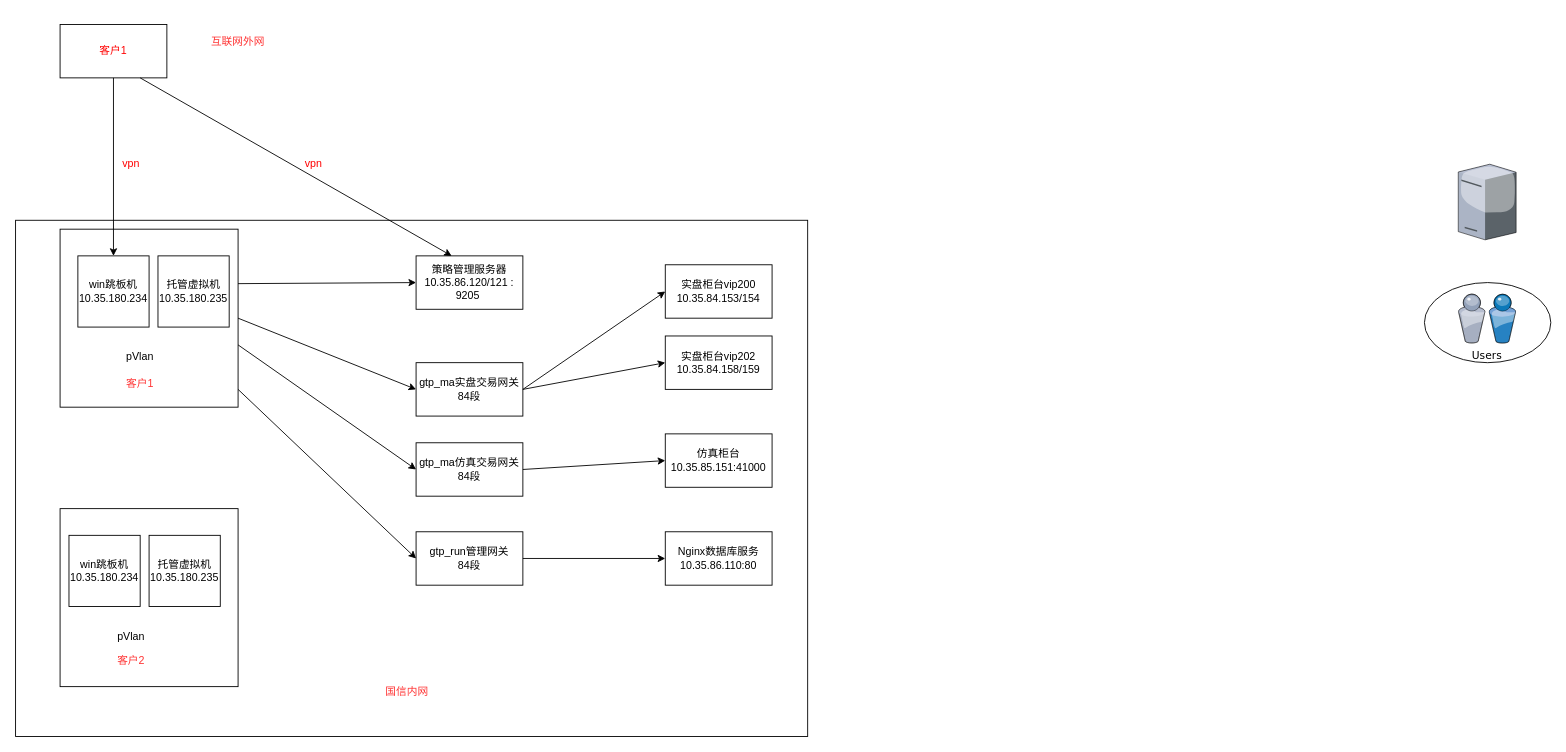
The draw.io diagram Untitled Diagram.drawio in jkred369/code_lib, before the edit. Source tidied: cells renumbered, new cells numbered last; positions are measured from the earlier drawing's top-left corner, leaving out a move shared by most shapes. Both pictures are drawn from the tidied source at 89%, with x=0, y=0 at pixel (15, 15).
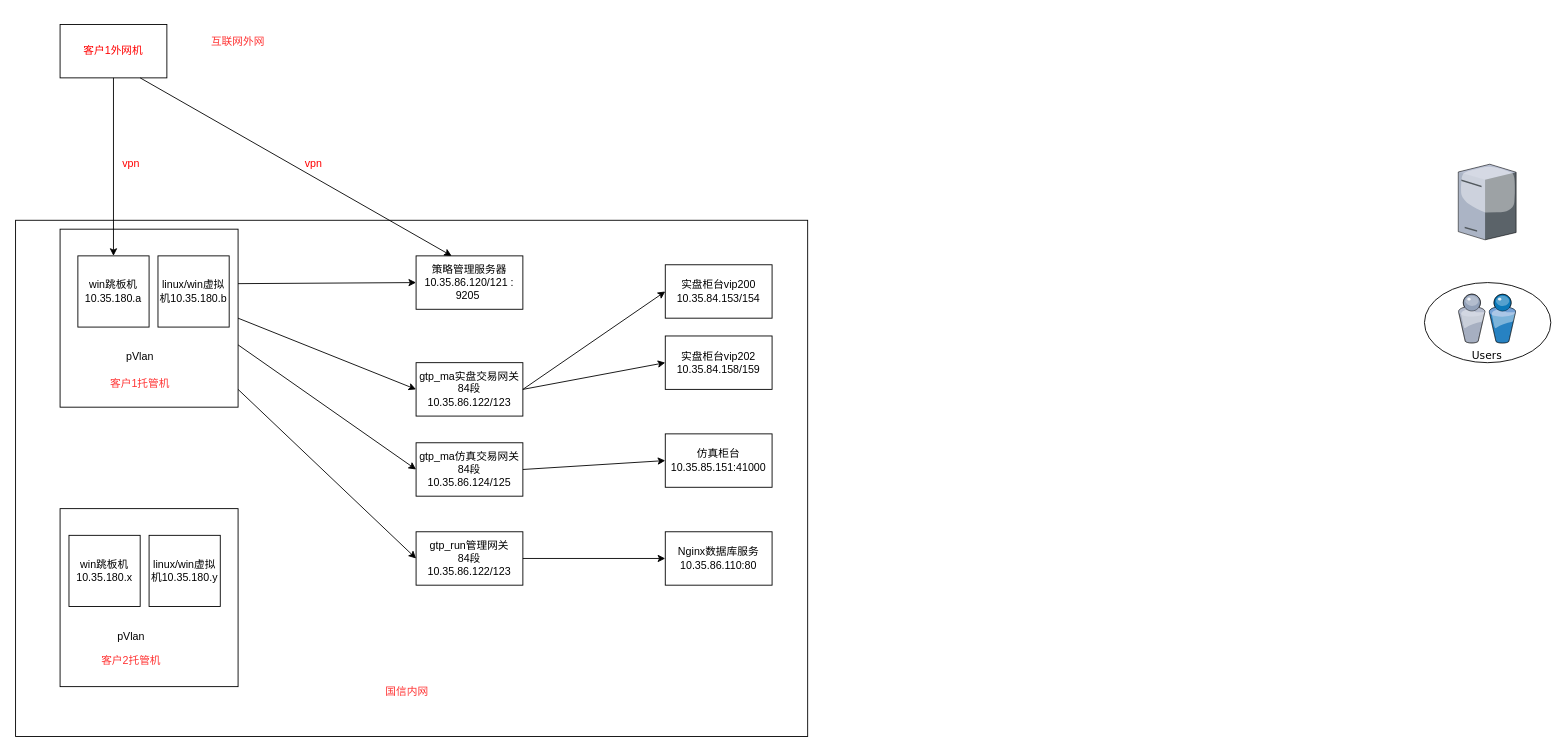
The same page after the edit.

Change to the diagram source:
```diff
@@
-    <mxCell id="7" value="win跳板机10.35.180.234" style="whiteSpace=wrap;html=1;" parent="1" vertex="1">
+    <mxCell id="7" value="win跳板机10.35.180.a" style="whiteSpace=wrap;html=1;" parent="1" vertex="1">
       <mxGeometry x="70" y="270" width="80" height="80" as="geometry" />
     </mxCell>
-    <mxCell id="8" value="托管虚拟机10.35.180.235" style="whiteSpace=wrap;html=1;" parent="1" vertex="1">
+    <mxCell id="8" value="linux/win虚拟机10.35.180.b" style="whiteSpace=wrap;html=1;" parent="1" vertex="1">
       <mxGeometry x="160" y="270" width="80" height="80" as="geometry" />
     </mxCell>
@@
-    <mxCell id="11" value="win跳板机10.35.180.234" style="whiteSpace=wrap;html=1;" parent="1" vertex="1">
+    <mxCell id="11" value="win跳板机10.35.180.x" style="whiteSpace=wrap;html=1;" parent="1" vertex="1">
       <mxGeometry x="60" y="584" width="80" height="80" as="geometry" />
     </mxCell>
-    <mxCell id="12" value="托管虚拟机10.35.180.235" style="whiteSpace=wrap;html=1;" parent="1" vertex="1">
+    <mxCell id="12" value="linux/win虚拟机10.35.180.y" style="whiteSpace=wrap;html=1;" parent="1" vertex="1">
       <mxGeometry x="150" y="584" width="80" height="80" as="geometry" />
     </mxCell>
@@
-    <mxCell id="14" value="gtp_ma实盘交易网关&lt;br&gt;84段" style="rounded=0;whiteSpace=wrap;html=1;" parent="1" vertex="1">
+    <mxCell id="14" value="gtp_ma实盘交易网关&lt;br&gt;84段&lt;br&gt;10.35.86.122/123" style="rounded=0;whiteSpace=wrap;html=1;" parent="1" vertex="1">
       <mxGeometry x="450" y="390" width="120" height="60" as="geometry" />
     </mxCell>
@@
-    <mxCell id="16" value="gtp_ma仿真交易网关&lt;br&gt;84段" style="rounded=0;whiteSpace=wrap;html=1;" parent="1" vertex="1">
+    <mxCell id="16" value="gtp_ma仿真交易网关&lt;br&gt;84段&lt;br&gt;10.35.86.124/125" style="rounded=0;whiteSpace=wrap;html=1;" parent="1" vertex="1">
       <mxGeometry x="450" y="480" width="120" height="60" as="geometry" />
     </mxCell>
-    <mxCell id="17" value="gtp_run管理网关&lt;br&gt;84段" style="rounded=0;whiteSpace=wrap;html=1;" parent="1" vertex="1">
+    <mxCell id="17" value="gtp_run管理网关&lt;br&gt;84段&lt;br&gt;10.35.86.122/123" style="rounded=0;whiteSpace=wrap;html=1;" parent="1" vertex="1">
       <mxGeometry x="450" y="580" width="120" height="60" as="geometry" />
     </mxCell>
@@
-    <mxCell id="31" value="&lt;font color=&quot;#ff3333&quot;&gt;客户1&lt;/font&gt;" style="rounded=0;whiteSpace=wrap;html=1;strokeColor=none;fillColor=none;" parent="1" vertex="1">
+    <mxCell id="31" value="&lt;font color=&quot;#ff3333&quot;&gt;客户1托管机&lt;/font&gt;" style="rounded=0;whiteSpace=wrap;html=1;strokeColor=none;fillColor=none;" parent="1" vertex="1">
       <mxGeometry x="80" y="399" width="120" height="30" as="geometry" />
     </mxCell>
-    <mxCell id="32" value="&lt;font color=&quot;#ff3333&quot;&gt;客户2&lt;/font&gt;" style="rounded=0;whiteSpace=wrap;html=1;strokeColor=none;fillColor=none;" parent="1" vertex="1">
+    <mxCell id="32" value="&lt;font color=&quot;#ff3333&quot;&gt;客户2托管机&lt;/font&gt;" style="rounded=0;whiteSpace=wrap;html=1;strokeColor=none;fillColor=none;" parent="1" vertex="1">
       <mxGeometry x="70" y="710" width="120" height="30" as="geometry" />
     </mxCell>
-    <mxCell id="33" value="&lt;font color=&quot;#ff0000&quot;&gt;客户1&lt;/font&gt;" style="rounded=0;whiteSpace=wrap;html=1;fillColor=none;" parent="1" vertex="1">
+    <mxCell id="33" value="&lt;font color=&quot;#ff0000&quot;&gt;客户1外网机&lt;/font&gt;" style="rounded=0;whiteSpace=wrap;html=1;fillColor=none;" parent="1" vertex="1">
       <mxGeometry x="50" y="10" width="120" height="60" as="geometry" />
     </mxCell>
```
